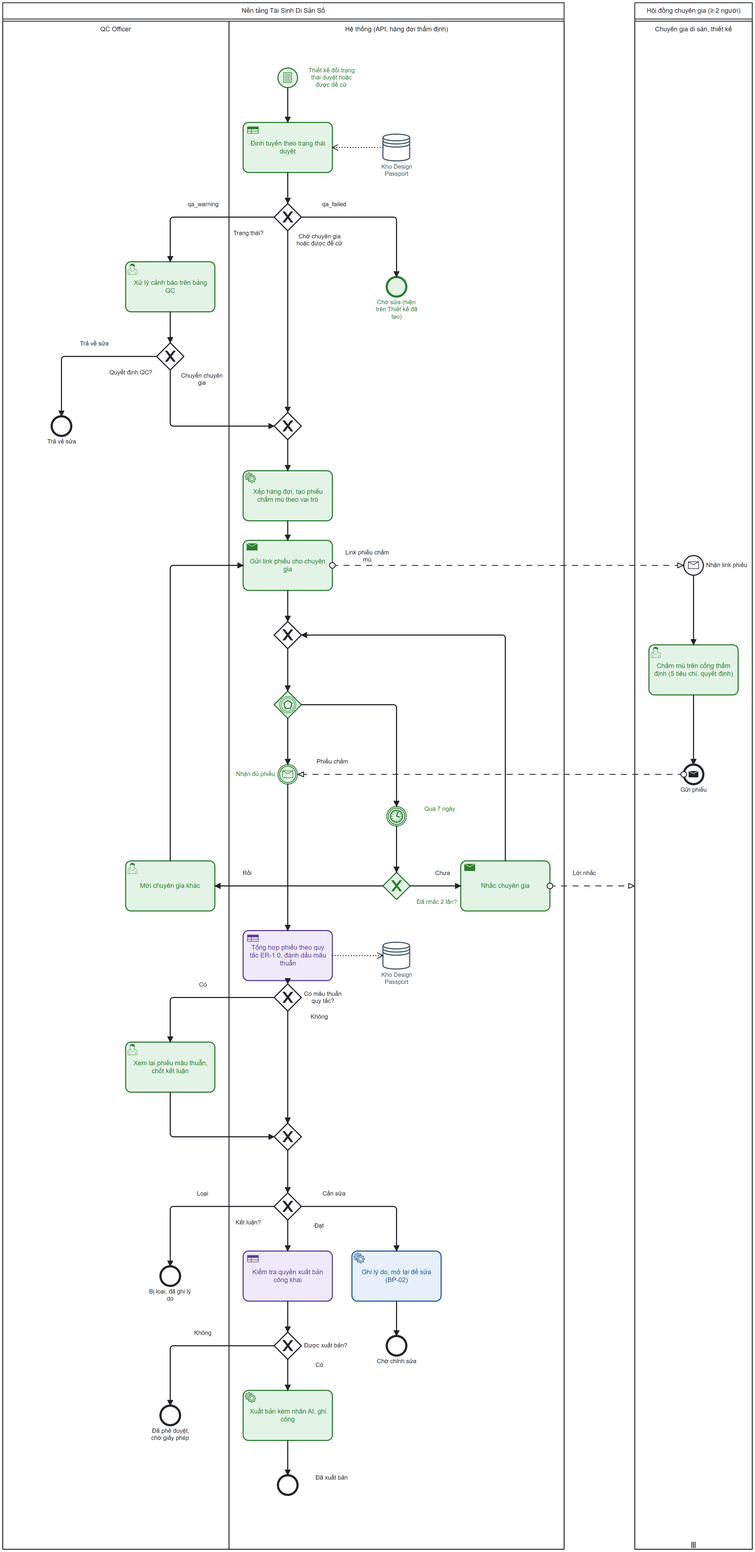
Earlier version of the BPMN export docs/business-analysis/diagrams/BP-03_kiem-soat-tham-dinh-xuat-ban_TO-BE.png (quoczai22/tai-sinh-di-san-so-ai). Its source is kept beside it as docs/business-analysis/diagrams/BP-03_kiem-soat-tham-dinh-xuat-ban_TO-BE.bpmn. Ids are renumbered.
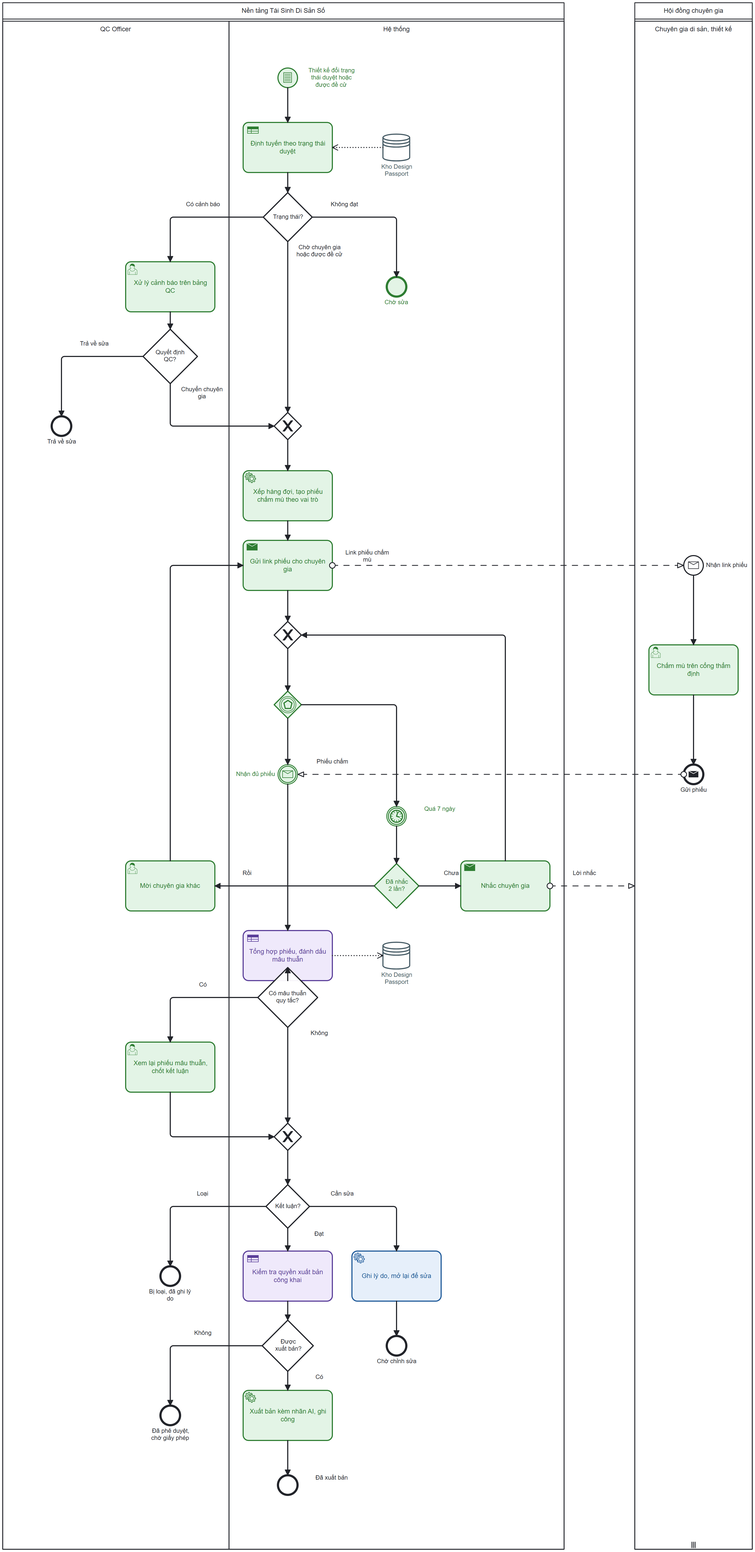
The same diagram one commit later.

Change to the diagram source:
```diff
@@ -3,7 +3,7 @@
   <bpmn:dataStore id="Store_DS2" name="Kho Design Passport" />
   <bpmn:collaboration id="Collab_BP03_TOBE">
     <bpmn:participant id="P" name="Nền tảng Tái Sinh Di Sản Số" processRef="Proc_P" />
-    <bpmn:participant id="EXP" name="Hội đồng chuyên gia (≥ 2 người)" processRef="Proc_EXP">
+    <bpmn:participant id="EXP" name="Hội đồng chuyên gia" processRef="Proc_EXP">
       <bpmn:participantMultiplicity minimum="2" maximum="5" />
     </bpmn:participant>
     <bpmn:messageFlow id="Msg_T4_ES" name="Link phiếu chấm mù" sourceRef="T4" targetRef="ES" />
@@ -21,7 +21,7 @@
         <bpmn:flowNodeRef>E4</bpmn:flowNodeRef>
         <bpmn:flowNodeRef>E6</bpmn:flowNodeRef>
       </bpmn:lane>
-      <bpmn:lane id="L_SYS" name="Hệ thống (API, hàng đợi thẩm định)">
+      <bpmn:lane id="L_SYS" name="Hệ thống">
         <bpmn:flowNodeRef>S</bpmn:flowNodeRef>
         <bpmn:flowNodeRef>T1</bpmn:flowNodeRef>
         <bpmn:flowNodeRef>G1</bpmn:flowNodeRef>
@@ -69,14 +69,14 @@
       <bpmn:outgoing>Flow_G1_T2</bpmn:outgoing>
       <bpmn:outgoing>Flow_G1_M1</bpmn:outgoing>
     </bpmn:exclusiveGateway>
-    <bpmn:endEvent id="E1" name="Chờ sửa (hiện trên Thiết kế đã tạo)">
+    <bpmn:endEvent id="E1" name="Chờ sửa">
       <bpmn:incoming>Flow_G1_E1</bpmn:incoming>
     </bpmn:endEvent>
     <bpmn:userTask id="T2" name="Xử lý cảnh báo trên bảng QC">
       <bpmn:incoming>Flow_G1_T2</bpmn:incoming>
       <bpmn:outgoing>Flow_T2_G2</bpmn:outgoing>
     </bpmn:userTask>
-    <bpmn:exclusiveGateway id="G2" name="Quyết định QC?">
+    <bpmn:exclusiveGateway id="G2" name="Quyết định&#10;QC?">
       <bpmn:incoming>Flow_T2_G2</bpmn:incoming>
       <bpmn:outgoing>Flow_G2_E2</bpmn:outgoing>
       <bpmn:outgoing>Flow_G2_M1</bpmn:outgoing>
@@ -120,7 +120,7 @@
         <bpmn:timeDuration xsi:type="bpmn:tFormalExpression">P7D</bpmn:timeDuration>
       </bpmn:timerEventDefinition>
     </bpmn:intermediateCatchEvent>
-    <bpmn:exclusiveGateway id="GR" name="Đã nhắc 2 lần?">
+    <bpmn:exclusiveGateway id="GR" name="Đã nhắc&#10;2 lần?">
       <bpmn:incoming>Flow_IC2_GR</bpmn:incoming>
       <bpmn:outgoing>Flow_GR_T5</bpmn:outgoing>
       <bpmn:outgoing>Flow_GR_T5b</bpmn:outgoing>
@@ -133,7 +133,7 @@
       <bpmn:incoming>Flow_GR_T5b</bpmn:incoming>
       <bpmn:outgoing>Flow_T5b_T4</bpmn:outgoing>
     </bpmn:userTask>
-    <bpmn:businessRuleTask id="T6" name="Tổng hợp phiếu theo quy tắc ER-1.0, đánh dấu mâu thuẫn">
+    <bpmn:businessRuleTask id="T6" name="Tổng hợp phiếu, đánh dấu mâu thuẫn">
       <bpmn:incoming>Flow_IC1_T6</bpmn:incoming>
       <bpmn:outgoing>Flow_T6_G3</bpmn:outgoing>
       <bpmn:dataOutputAssociation id="Data_T6_DS2">
@@ -141,7 +141,7 @@
       </bpmn:dataOutputAssociation>
     </bpmn:businessRuleTask>
     <bpmn:dataStoreReference id="DS2" name="Kho Design Passport" dataStoreRef="Store_DS2" />
-    <bpmn:exclusiveGateway id="G3" name="Có mâu thuẫn quy tắc?">
+    <bpmn:exclusiveGateway id="G3" name="Có mâu thuẫn&#10;quy tắc?">
       <bpmn:incoming>Flow_T6_G3</bpmn:incoming>
       <bpmn:outgoing>Flow_G3_T7</bpmn:outgoing>
       <bpmn:outgoing>Flow_G3_M2</bpmn:outgoing>
@@ -161,7 +161,7 @@
       <bpmn:outgoing>Flow_G4_E4</bpmn:outgoing>
       <bpmn:outgoing>Flow_G4_T9</bpmn:outgoing>
     </bpmn:exclusiveGateway>
-    <bpmn:serviceTask id="T8" name="Ghi lý do, mở lại để sửa (BP-02)">
+    <bpmn:serviceTask id="T8" name="Ghi lý do, mở lại để sửa">
       <bpmn:incoming>Flow_G4_T8</bpmn:incoming>
       <bpmn:outgoing>Flow_T8_E3</bpmn:outgoing>
     </bpmn:serviceTask>
@@ -175,7 +175,7 @@
       <bpmn:incoming>Flow_G4_T9</bpmn:incoming>
       <bpmn:outgoing>Flow_T9_G5</bpmn:outgoing>
     </bpmn:businessRuleTask>
-    <bpmn:exclusiveGateway id="G5" name="Được xuất bản?">
+    <bpmn:exclusiveGateway id="G5" name="Được&#10;xuất bản?">
       <bpmn:incoming>Flow_T9_G5</bpmn:incoming>
       <bpmn:outgoing>Flow_G5_T10</bpmn:outgoing>
       <bpmn:outgoing>Flow_G5_E6</bpmn:outgoing>
@@ -192,10 +192,10 @@
     </bpmn:endEvent>
     <bpmn:sequenceFlow id="Flow_S_T1" name="" sourceRef="S" targetRef="T1" />
     <bpmn:sequenceFlow id="Flow_T1_G1" name="" sourceRef="T1" targetRef="G1" />
-    <bpmn:sequenceFlow id="Flow_G1_E1" name="qa_failed" sourceRef="G1" targetRef="E1">
+    <bpmn:sequenceFlow id="Flow_G1_E1" name="Không đạt" sourceRef="G1" targetRef="E1">
       <bpmn:conditionExpression xsi:type="bpmn:tFormalExpression">approval.status = qa_failed</bpmn:conditionExpression>
     </bpmn:sequenceFlow>
-    <bpmn:sequenceFlow id="Flow_G1_T2" name="qa_warning" sourceRef="G1" targetRef="T2">
+    <bpmn:sequenceFlow id="Flow_G1_T2" name="Có cảnh báo" sourceRef="G1" targetRef="T2">
       <bpmn:conditionExpression xsi:type="bpmn:tFormalExpression">approval.status = qa_warning</bpmn:conditionExpression>
     </bpmn:sequenceFlow>
     <bpmn:sequenceFlow id="Flow_T2_G2" name="" sourceRef="T2" targetRef="G2" />
@@ -252,7 +252,7 @@
     </bpmn:sequenceFlow>
     <bpmn:sequenceFlow id="Flow_T10_E5" name="" sourceRef="T10" targetRef="E5" />
   </bpmn:process>
-  <bpmn:process id="Proc_EXP" name="Hội đồng chuyên gia (≥ 2 người)" isExecutable="false">
+  <bpmn:process id="Proc_EXP" name="Hội đồng chuyên gia" isExecutable="false">
     <bpmn:laneSet id="LaneSet_EXP">
       <bpmn:lane id="L_EXP" name="Chuyên gia di sản, thiết kế">
         <bpmn:flowNodeRef>ES</bpmn:flowNodeRef>
@@ -264,7 +264,7 @@
       <bpmn:outgoing>Flow_ES_ET</bpmn:outgoing>
       <bpmn:messageEventDefinition id="MED_ES" />
     </bpmn:startEvent>
-    <bpmn:userTask id="ET" name="Chấm mù trên cổng thẩm định (5 tiêu chí, quyết định)">
+    <bpmn:userTask id="ET" name="Chấm mù trên cổng thẩm định">
       <bpmn:incoming>Flow_ES_ET</bpmn:incoming>
       <bpmn:outgoing>Flow_ET_EE</bpmn:outgoing>
     </bpmn:userTask>
@@ -301,10 +301,10 @@
           <dc:Bounds x="688" y="315" width="112" height="40" />
         </bpmndi:BPMNLabel>
       </bpmndi:BPMNShape>
-      <bpmndi:BPMNShape id="G1_di" bpmnElement="G1" isMarkerVisible="true">
-        <dc:Bounds x="519" y="389" width="50" height="50" />
+      <bpmndi:BPMNShape id="G1_di" bpmnElement="G1" isMarkerVisible="false">
+        <dc:Bounds x="499" y="369" width="90" height="90" />
         <bpmndi:BPMNLabel>
-          <dc:Bounds x="415" y="437" width="112" height="40" />
+          <dc:Bounds x="514" y="407" width="60" height="14" />
         </bpmndi:BPMNLabel>
       </bpmndi:BPMNShape>
       <bpmndi:BPMNShape id="E1_di" bpmnElement="E1" color:background-color="#E1F3E4" color:border-color="#2E7D32">
@@ -316,10 +316,10 @@
       <bpmndi:BPMNShape id="T2_di" bpmnElement="T2" color:background-color="#E1F3E4" color:border-color="#2E7D32">
         <dc:Bounds x="246" y="496" width="164" height="92" />
       </bpmndi:BPMNShape>
-      <bpmndi:BPMNShape id="G2_di" bpmnElement="G2" isMarkerVisible="true">
-        <dc:Bounds x="303" y="645" width="50" height="50" />
+      <bpmndi:BPMNShape id="G2_di" bpmnElement="G2" isMarkerVisible="false">
+        <dc:Bounds x="278" y="620" width="100" height="100" />
         <bpmndi:BPMNLabel>
-          <dc:Bounds x="199" y="693" width="112" height="40" />
+          <dc:Bounds x="300" y="656" width="55" height="28" />
         </bpmndi:BPMNLabel>
       </bpmndi:BPMNShape>
       <bpmndi:BPMNShape id="E2_di" bpmnElement="E2">
@@ -355,10 +355,10 @@
           <dc:Bounds x="768" y="1495" width="112" height="40" />
         </bpmndi:BPMNLabel>
       </bpmndi:BPMNShape>
-      <bpmndi:BPMNShape id="GR_di" bpmnElement="GR" isMarkerVisible="true" color:background-color="#E1F3E4" color:border-color="#2E7D32">
-        <dc:Bounds x="719" y="1618" width="50" height="50" />
+      <bpmndi:BPMNShape id="GR_di" bpmnElement="GR" isMarkerVisible="false" color:background-color="#E1F3E4" color:border-color="#2E7D32">
+        <dc:Bounds x="703" y="1602" width="82" height="82" />
         <bpmndi:BPMNLabel>
-          <dc:Bounds x="761" y="1666" width="112" height="40" />
+          <dc:Bounds x="725" y="1629" width="38" height="28" />
         </bpmndi:BPMNLabel>
       </bpmndi:BPMNShape>
       <bpmndi:BPMNShape id="T5_di" bpmnElement="T5" color:background-color="#E1F3E4" color:border-color="#2E7D32">
@@ -376,10 +376,10 @@
           <dc:Bounds x="688" y="1800" width="112" height="40" />
         </bpmndi:BPMNLabel>
       </bpmndi:BPMNShape>
-      <bpmndi:BPMNShape id="G3_di" bpmnElement="G3" isMarkerVisible="true">
-        <dc:Bounds x="519" y="1823" width="50" height="50" />
+      <bpmndi:BPMNShape id="G3_di" bpmnElement="G3" isMarkerVisible="false">
+        <dc:Bounds x="489" y="1793" width="110" height="110" />
         <bpmndi:BPMNLabel>
-          <dc:Bounds x="574" y="1835" width="70" height="27" />
+          <dc:Bounds x="511" y="1834" width="66" height="28" />
         </bpmndi:BPMNLabel>
       </bpmndi:BPMNShape>
       <bpmndi:BPMNShape id="T7_di" bpmnElement="T7" color:background-color="#E1F3E4" color:border-color="#2E7D32">
@@ -388,10 +388,10 @@
       <bpmndi:BPMNShape id="M2_di" bpmnElement="M2" isMarkerVisible="true">
         <dc:Bounds x="519" y="2079" width="50" height="50" />
       </bpmndi:BPMNShape>
-      <bpmndi:BPMNShape id="G4_di" bpmnElement="G4" isMarkerVisible="true">
-        <dc:Bounds x="519" y="2207" width="50" height="50" />
+      <bpmndi:BPMNShape id="G4_di" bpmnElement="G4" isMarkerVisible="false">
+        <dc:Bounds x="504" y="2192" width="80" height="80" />
         <bpmndi:BPMNLabel>
-          <dc:Bounds x="415" y="2255" width="112" height="40" />
+          <dc:Bounds x="520" y="2225" width="49" height="14" />
         </bpmndi:BPMNLabel>
       </bpmndi:BPMNShape>
       <bpmndi:BPMNShape id="T8_di" bpmnElement="T8" color:background-color="#E4EEF9" color:border-color="#1F5A99">
@@ -412,10 +412,10 @@
       <bpmndi:BPMNShape id="T9_di" bpmnElement="T9" color:background-color="#EEE8FA" color:border-color="#5A3E99">
         <dc:Bounds x="462" y="2314" width="164" height="92" />
       </bpmndi:BPMNShape>
-      <bpmndi:BPMNShape id="G5_di" bpmnElement="G5" isMarkerVisible="true">
-        <dc:Bounds x="519" y="2463" width="50" height="50" />
+      <bpmndi:BPMNShape id="G5_di" bpmnElement="G5" isMarkerVisible="false">
+        <dc:Bounds x="497" y="2441" width="94" height="94" />
         <bpmndi:BPMNLabel>
-          <dc:Bounds x="574" y="2481" width="79" height="14" />
+          <dc:Bounds x="520" y="2474" width="49" height="28" />
         </bpmndi:BPMNLabel>
       </bpmndi:BPMNShape>
       <bpmndi:BPMNShape id="T10_di" bpmnElement="T10" color:background-color="#E1F3E4" color:border-color="#2E7D32">
@@ -439,18 +439,18 @@
       </bpmndi:BPMNEdge>
       <bpmndi:BPMNEdge id="Flow_T1_G1_di" bpmnElement="Flow_T1_G1">
         <di:waypoint x="544" y="332" />
-        <di:waypoint x="544" y="389" />
+        <di:waypoint x="544" y="369" />
       </bpmndi:BPMNEdge>
       <bpmndi:BPMNEdge id="Flow_G1_E1_di" bpmnElement="Flow_G1_E1">
-        <di:waypoint x="569" y="414" />
+        <di:waypoint x="589" y="414" />
         <di:waypoint x="744" y="414" />
         <di:waypoint x="744" y="524" />
         <bpmndi:BPMNLabel>
-          <dc:Bounds x="577" y="384" width="104" height="28" />
+          <dc:Bounds x="597" y="384" width="104" height="28" />
         </bpmndi:BPMNLabel>
       </bpmndi:BPMNEdge>
       <bpmndi:BPMNEdge id="Flow_G1_T2_di" bpmnElement="Flow_G1_T2">
-        <di:waypoint x="519" y="414" />
+        <di:waypoint x="499" y="414" />
         <di:waypoint x="328" y="414" />
         <di:waypoint x="328" y="496" />
         <bpmndi:BPMNLabel>
@@ -459,10 +459,10 @@
       </bpmndi:BPMNEdge>
       <bpmndi:BPMNEdge id="Flow_T2_G2_di" bpmnElement="Flow_T2_G2">
         <di:waypoint x="328" y="588" />
-        <di:waypoint x="328" y="645" />
+        <di:waypoint x="328" y="620" />
       </bpmndi:BPMNEdge>
       <bpmndi:BPMNEdge id="Flow_G2_E2_di" bpmnElement="Flow_G2_E2">
-        <di:waypoint x="303" y="670" />
+        <di:waypoint x="278" y="670" />
         <di:waypoint x="128" y="670" />
         <di:waypoint x="128" y="780" />
         <bpmndi:BPMNLabel>
@@ -470,18 +470,18 @@
         </bpmndi:BPMNLabel>
       </bpmndi:BPMNEdge>
       <bpmndi:BPMNEdge id="Flow_G2_M1_di" bpmnElement="Flow_G2_M1">
-        <di:waypoint x="328" y="695" />
+        <di:waypoint x="328" y="720" />
         <di:waypoint x="328" y="798" />
         <di:waypoint x="519" y="798" />
         <bpmndi:BPMNLabel>
-          <dc:Bounds x="334" y="699" width="104" height="28" />
+          <dc:Bounds x="334" y="724" width="104" height="28" />
         </bpmndi:BPMNLabel>
       </bpmndi:BPMNEdge>
       <bpmndi:BPMNEdge id="Flow_G1_M1_di" bpmnElement="Flow_G1_M1">
-        <di:waypoint x="544" y="439" />
+        <di:waypoint x="544" y="459" />
         <di:waypoint x="544" y="773" />
         <bpmndi:BPMNLabel>
-          <dc:Bounds x="550" y="443" width="104" height="28" />
+          <dc:Bounds x="550" y="463" width="104" height="28" />
         </bpmndi:BPMNLabel>
       </bpmndi:BPMNEdge>
       <bpmndi:BPMNEdge id="Flow_M1_T3_di" bpmnElement="Flow_M1_T3">
@@ -511,13 +511,13 @@
       </bpmndi:BPMNEdge>
       <bpmndi:BPMNEdge id="Flow_IC2_GR_di" bpmnElement="Flow_IC2_GR">
         <di:waypoint x="744" y="1533" />
-        <di:waypoint x="744" y="1618" />
+        <di:waypoint x="744" y="1602" />
       </bpmndi:BPMNEdge>
       <bpmndi:BPMNEdge id="Flow_GR_T5_di" bpmnElement="Flow_GR_T5">
-        <di:waypoint x="769" y="1643" />
+        <di:waypoint x="785" y="1643" />
         <di:waypoint x="862" y="1643" />
         <bpmndi:BPMNLabel>
-          <dc:Bounds x="777" y="1613" width="104" height="28" />
+          <dc:Bounds x="793" y="1613" width="104" height="28" />
         </bpmndi:BPMNLabel>
       </bpmndi:BPMNEdge>
       <bpmndi:BPMNEdge id="Flow_T5_M3_di" bpmnElement="Flow_T5_M3">
@@ -526,7 +526,7 @@
         <di:waypoint x="569" y="1182" />
       </bpmndi:BPMNEdge>
       <bpmndi:BPMNEdge id="Flow_GR_T5b_di" bpmnElement="Flow_GR_T5b">
-        <di:waypoint x="719" y="1643" />
+        <di:waypoint x="703" y="1643" />
         <di:waypoint x="410" y="1643" />
         <bpmndi:BPMNLabel>
           <dc:Bounds x="418" y="1613" width="104" height="28" />
@@ -543,10 +543,10 @@
       </bpmndi:BPMNEdge>
       <bpmndi:BPMNEdge id="Flow_T6_G3_di" bpmnElement="Flow_T6_G3">
         <di:waypoint x="544" y="1817" />
-        <di:waypoint x="544" y="1823" />
+        <di:waypoint x="544" y="1793" />
       </bpmndi:BPMNEdge>
       <bpmndi:BPMNEdge id="Flow_G3_T7_di" bpmnElement="Flow_G3_T7">
-        <di:waypoint x="519" y="1848" />
+        <di:waypoint x="489" y="1848" />
         <di:waypoint x="328" y="1848" />
         <di:waypoint x="328" y="1930" />
         <bpmndi:BPMNLabel>
@@ -554,10 +554,10 @@
         </bpmndi:BPMNLabel>
       </bpmndi:BPMNEdge>
       <bpmndi:BPMNEdge id="Flow_G3_M2_di" bpmnElement="Flow_G3_M2">
-        <di:waypoint x="544" y="1873" />
+        <di:waypoint x="544" y="1903" />
         <di:waypoint x="544" y="2079" />
         <bpmndi:BPMNLabel>
-          <dc:Bounds x="550" y="1877" width="104" height="28" />
+          <dc:Bounds x="550" y="1907" width="104" height="28" />
         </bpmndi:BPMNLabel>
       </bpmndi:BPMNEdge>
       <bpmndi:BPMNEdge id="Flow_T7_M2_di" bpmnElement="Flow_T7_M2">
@@ -567,18 +567,18 @@
       </bpmndi:BPMNEdge>
       <bpmndi:BPMNEdge id="Flow_M2_G4_di" bpmnElement="Flow_M2_G4">
         <di:waypoint x="544" y="2129" />
-        <di:waypoint x="544" y="2207" />
+        <di:waypoint x="544" y="2192" />
       </bpmndi:BPMNEdge>
       <bpmndi:BPMNEdge id="Flow_G4_T8_di" bpmnElement="Flow_G4_T8">
-        <di:waypoint x="569" y="2232" />
+        <di:waypoint x="584" y="2232" />
         <di:waypoint x="744" y="2232" />
         <di:waypoint x="744" y="2314" />
         <bpmndi:BPMNLabel>
-          <dc:Bounds x="577" y="2202" width="104" height="28" />
+          <dc:Bounds x="592" y="2202" width="104" height="28" />
         </bpmndi:BPMNLabel>
       </bpmndi:BPMNEdge>
       <bpmndi:BPMNEdge id="Flow_G4_E4_di" bpmnElement="Flow_G4_E4">
-        <di:waypoint x="519" y="2232" />
+        <di:waypoint x="504" y="2232" />
         <di:waypoint x="328" y="2232" />
         <di:waypoint x="328" y="2342" />
         <bpmndi:BPMNLabel>
@@ -586,10 +586,10 @@
         </bpmndi:BPMNLabel>
       </bpmndi:BPMNEdge>
       <bpmndi:BPMNEdge id="Flow_G4_T9_di" bpmnElement="Flow_G4_T9">
-        <di:waypoint x="544" y="2257" />
+        <di:waypoint x="544" y="2272" />
         <di:waypoint x="544" y="2314" />
         <bpmndi:BPMNLabel>
-          <dc:Bounds x="550" y="2261" width="104" height="28" />
+          <dc:Bounds x="550" y="2276" width="104" height="28" />
         </bpmndi:BPMNLabel>
       </bpmndi:BPMNEdge>
       <bpmndi:BPMNEdge id="Flow_T8_E3_di" bpmnElement="Flow_T8_E3">
@@ -598,17 +598,17 @@
       </bpmndi:BPMNEdge>
       <bpmndi:BPMNEdge id="Flow_T9_G5_di" bpmnElement="Flow_T9_G5">
         <di:waypoint x="544" y="2406" />
-        <di:waypoint x="544" y="2463" />
+        <di:waypoint x="544" y="2441" />
       </bpmndi:BPMNEdge>
       <bpmndi:BPMNEdge id="Flow_G5_T10_di" bpmnElement="Flow_G5_T10">
-        <di:waypoint x="544" y="2513" />
+        <di:waypoint x="544" y="2535" />
         <di:waypoint x="544" y="2570" />
         <bpmndi:BPMNLabel>
-          <dc:Bounds x="550" y="2517" width="104" height="28" />
+          <dc:Bounds x="550" y="2539" width="104" height="28" />
         </bpmndi:BPMNLabel>
       </bpmndi:BPMNEdge>
       <bpmndi:BPMNEdge id="Flow_G5_E6_di" bpmnElement="Flow_G5_E6">
-        <di:waypoint x="519" y="2488" />
+        <di:waypoint x="497" y="2488" />
         <di:waypoint x="328" y="2488" />
         <di:waypoint x="328" y="2598" />
         <bpmndi:BPMNLabel>
```
